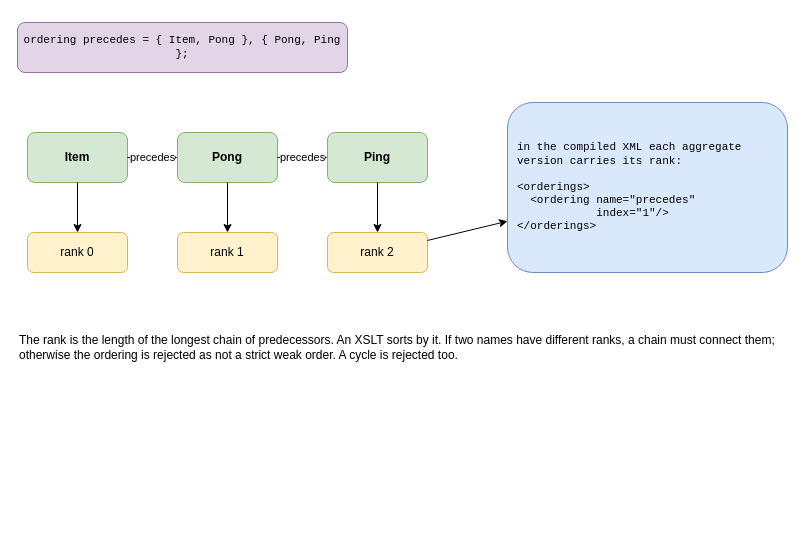
This is drawio/16_ordering.drawio from goloveshin/galimatron_doc, a draw.io file, before an edit. Source tidied: cells renumbered, new cells numbered last; positions are measured from the earlier drawing's top-left corner, leaving out a move shared by most shapes. Both pictures are drawn from the tidied source at 100%, with x=0, y=0 at pixel (17, 22).
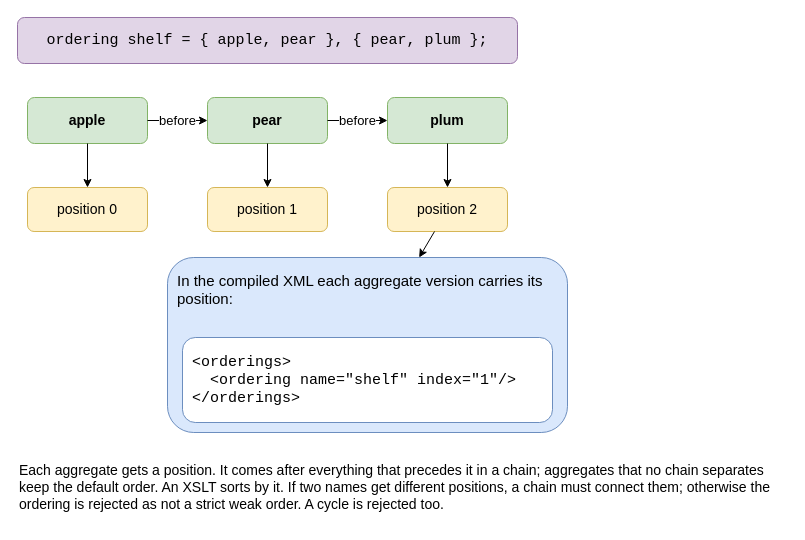
After the change.

What changed in the source:
```diff
@@
 <mxGraphModel>
   <root>
     <mxCell id="0" />
     <mxCell id="1" parent="0" />
-    <mxCell id="2" value="ordering precedes = { Item, Pong }, { Pong, Ping };" style="rounded=1;whiteSpace=wrap;html=1;fillColor=#e1d5e7;strokeColor=#9673a6;fontFamily=Courier New;fontSize=11;" parent="1" vertex="1">
-      <mxGeometry width="330" height="50" as="geometry" />
+    <mxCell id="2" value="ordering shelf = { apple, pear }, { pear, plum };" style="rounded=1;whiteSpace=wrap;html=1;fillColor=#e1d5e7;strokeColor=#9673a6;fontFamily=Courier New;fontSize=15;" parent="1" vertex="1">
+      <mxGeometry y="-5" width="500" height="46" as="geometry" />
     </mxCell>
-    <mxCell id="3" value="Item" style="rounded=1;whiteSpace=wrap;html=1;fillColor=#d5e8d4;strokeColor=#82b366;fontStyle=1;" parent="1" vertex="1">
-      <mxGeometry x="10" y="110" width="100" height="50" as="geometry" />
+    <mxCell id="3" value="apple" style="rounded=1;whiteSpace=wrap;html=1;fillColor=#d5e8d4;strokeColor=#82b366;fontStyle=1;fontSize=14;" parent="1" vertex="1">
+      <mxGeometry x="10" y="75" width="120" height="46" as="geometry" />
     </mxCell>
-    <mxCell id="4" value="Pong" style="rounded=1;whiteSpace=wrap;html=1;fillColor=#d5e8d4;strokeColor=#82b366;fontStyle=1;" parent="1" vertex="1">
-      <mxGeometry x="160" y="110" width="100" height="50" as="geometry" />
+    <mxCell id="4" value="pear" style="rounded=1;whiteSpace=wrap;html=1;fillColor=#d5e8d4;strokeColor=#82b366;fontStyle=1;fontSize=14;" parent="1" vertex="1">
+      <mxGeometry x="190" y="75" width="120" height="46" as="geometry" />
     </mxCell>
-    <mxCell id="5" value="Ping" style="rounded=1;whiteSpace=wrap;html=1;fillColor=#d5e8d4;strokeColor=#82b366;fontStyle=1;" parent="1" vertex="1">
-      <mxGeometry x="310" y="110" width="100" height="50" as="geometry" />
+    <mxCell id="5" value="plum" style="rounded=1;whiteSpace=wrap;html=1;fillColor=#d5e8d4;strokeColor=#82b366;fontStyle=1;fontSize=14;" parent="1" vertex="1">
+      <mxGeometry x="370" y="75" width="120" height="46" as="geometry" />
     </mxCell>
-    <mxCell id="6" value="precedes" style="endArrow=classic;html=1;labelBackgroundColor=#ffffff;edgeStyle=none;" parent="1" edge="1" source="3" target="4">
+    <mxCell id="6" value="before" style="endArrow=classic;html=1;labelBackgroundColor=#ffffff;edgeStyle=none;fontSize=13;" parent="1" edge="1" source="3" target="4">
       <mxGeometry relative="1" as="geometry" />
     </mxCell>
-    <mxCell id="7" value="precedes" style="endArrow=classic;html=1;labelBackgroundColor=#ffffff;edgeStyle=none;" parent="1" edge="1" source="4" target="5">
+    <mxCell id="7" value="before" style="endArrow=classic;html=1;labelBackgroundColor=#ffffff;edgeStyle=none;fontSize=13;" parent="1" edge="1" source="4" target="5">
       <mxGeometry relative="1" as="geometry" />
     </mxCell>
-    <mxCell id="8" value="rank 0" style="rounded=1;whiteSpace=wrap;html=1;fillColor=#fff2cc;strokeColor=#d6b656;" parent="1" vertex="1">
-      <mxGeometry x="10" y="210" width="100" height="40" as="geometry" />
+    <mxCell id="8" value="position 0" style="rounded=1;whiteSpace=wrap;html=1;fillColor=#fff2cc;strokeColor=#d6b656;fontSize=14;" parent="1" vertex="1">
+      <mxGeometry x="10" y="165" width="120" height="44" as="geometry" />
     </mxCell>
-    <mxCell id="9" value="rank 1" style="rounded=1;whiteSpace=wrap;html=1;fillColor=#fff2cc;strokeColor=#d6b656;" parent="1" vertex="1">
-      <mxGeometry x="160" y="210" width="100" height="40" as="geometry" />
+    <mxCell id="9" value="position 1" style="rounded=1;whiteSpace=wrap;html=1;fillColor=#fff2cc;strokeColor=#d6b656;fontSize=14;" parent="1" vertex="1">
+      <mxGeometry x="190" y="165" width="120" height="44" as="geometry" />
     </mxCell>
-    <mxCell id="10" value="rank 2" style="rounded=1;whiteSpace=wrap;html=1;fillColor=#fff2cc;strokeColor=#d6b656;" parent="1" vertex="1">
-      <mxGeometry x="310" y="210" width="100" height="40" as="geometry" />
+    <mxCell id="10" value="position 2" style="rounded=1;whiteSpace=wrap;html=1;fillColor=#fff2cc;strokeColor=#d6b656;fontSize=14;" parent="1" vertex="1">
+      <mxGeometry x="370" y="165" width="120" height="44" as="geometry" />
     </mxCell>
     <mxCell id="11" style="endArrow=classic;html=1;labelBackgroundColor=#ffffff;edgeStyle=none;" parent="1" edge="1" source="3" target="8">
       <mxGeometry relative="1" as="geometry" />
     </mxCell>
     <mxCell id="12" style="endArrow=classic;html=1;labelBackgroundColor=#ffffff;edgeStyle=none;" parent="1" edge="1" source="4" target="9">
       <mxGeometry relative="1" as="geometry" />
     </mxCell>
     <mxCell id="13" style="endArrow=classic;html=1;labelBackgroundColor=#ffffff;edgeStyle=none;" parent="1" edge="1" source="5" target="10">
       <mxGeometry relative="1" as="geometry" />
     </mxCell>
-    <mxCell id="14" value="in the compiled XML each aggregate version carries its rank:&lt;br&gt;&lt;br&gt;&amp;lt;orderings&amp;gt;&lt;br&gt;&amp;nbsp;&amp;nbsp;&amp;lt;ordering name=&quot;precedes&quot;&lt;br&gt;&amp;nbsp;&amp;nbsp;&amp;nbsp;&amp;nbsp;&amp;nbsp;&amp;nbsp;&amp;nbsp;&amp;nbsp;&amp;nbsp;&amp;nbsp;&amp;nbsp;&amp;nbsp;index=&quot;1&quot;/&amp;gt;&lt;br&gt;&amp;lt;/orderings&amp;gt;" style="rounded=1;whiteSpace=wrap;html=1;fillColor=#dae8fc;strokeColor=#6c8ebf;fontFamily=Courier New;fontSize=11;align=left;spacingLeft=8;spacingRight=8;" parent="1" vertex="1">
-      <mxGeometry x="490" y="80" width="280" height="170" as="geometry" />
+    <mxCell id="14" value="In the compiled XML each aggregate version carries its position:" style="rounded=1;whiteSpace=wrap;html=1;fillColor=#dae8fc;strokeColor=#6c8ebf;fontSize=15;align=left;verticalAlign=top;spacingTop=8;spacingLeft=12;spacingRight=12;spacingLeft=8;spacingRight=8;" parent="1" vertex="1">
+      <mxGeometry x="150" y="235" width="400" height="175" as="geometry" />
     </mxCell>
     <mxCell id="15" style="endArrow=classic;html=1;labelBackgroundColor=#ffffff;edgeStyle=none;" parent="1" edge="1" source="10" target="14">
       <mxGeometry relative="1" as="geometry" />
     </mxCell>
-    <mxCell id="16" value="The rank is the length of the longest chain of predecessors. An XSLT sorts by it. If two names have different ranks, a chain must connect them; otherwise the ordering is rejected as not a strict weak order. A cycle is rejected too." style="text;html=1;whiteSpace=wrap;verticalAlign=middle;align=left;" parent="1" vertex="1">
-      <mxGeometry y="280" width="770" height="90" as="geometry" />
+    <mxCell id="16" value="Each aggregate gets a position. It comes after everything that precedes it in a chain; aggregates that no chain separates keep the default order. An XSLT sorts by it. If two names get different positions, a chain must connect them; otherwise the ordering is rejected as not a strict weak order. A cycle is rejected too." style="text;html=1;whiteSpace=wrap;verticalAlign=middle;align=left;fontSize=14;" parent="1" vertex="1">
+      <mxGeometry y="430" width="770" height="70" as="geometry" />
     </mxCell>
+    <mxCell id="17" value="&amp;lt;orderings&amp;gt;&lt;br&gt;&amp;nbsp;&amp;nbsp;&amp;lt;ordering name=&quot;shelf&quot; index=&quot;1&quot;/&amp;gt;&lt;br&gt;&amp;lt;/orderings&amp;gt;" style="rounded=1;whiteSpace=wrap;html=1;fillColor=#ffffff;strokeColor=#6c8ebf;fontFamily=Courier New;fontSize=15;align=left;spacingLeft=8;" parent="1" vertex="1">
+      <mxGeometry x="165" y="315" width="370" height="85" as="geometry" />
+    </mxCell>
   </root>
 </mxGraphModel>
```
